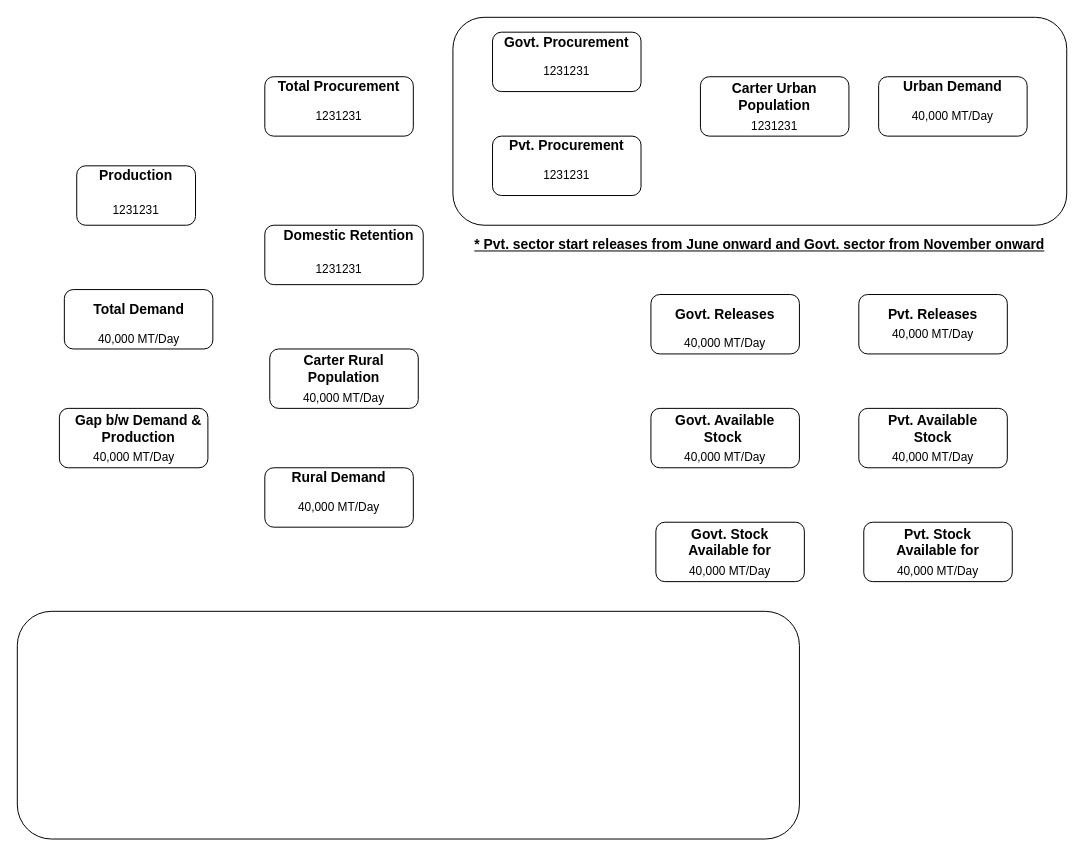
MNFSR/drawio keeps this draw.io diagram as Untitled Diagram.drawio. Above is the earlier version. Source tidied: cells renumbered, new cells numbered last; positions are measured from the earlier drawing's top-left corner, leaving out a move shared by most shapes. Both pictures are drawn from the tidied source at 99%, with x=0, y=0 at pixel (17, 17).
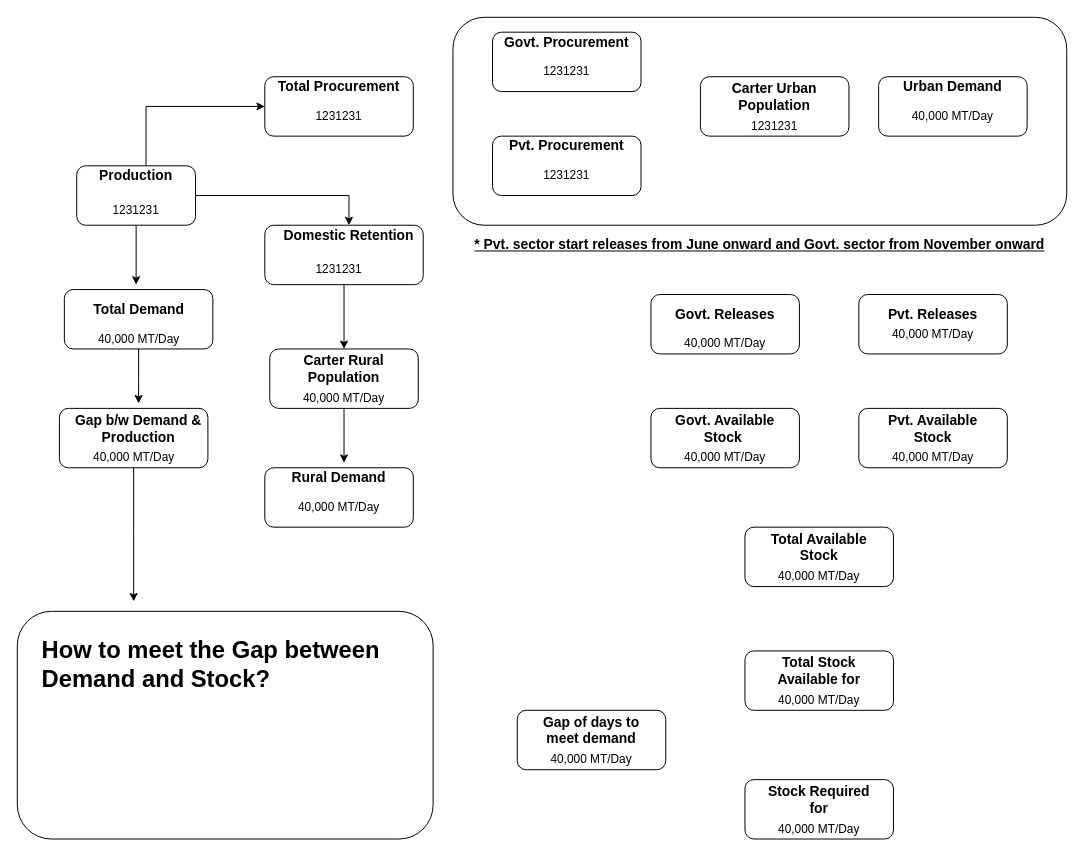
The same page after the edit.

The change refers to these unchanged cells:
```xml
<mxCell id="3" style="rounded=1;whiteSpace=wrap;html=1;" parent="1" vertex="1">
  <mxGeometry x="60" y="150" width="120" height="60" as="geometry" />
</mxCell>
<mxCell id="4" value="&lt;font style=&quot;font-size: 14px&quot;&gt;&lt;b&gt;Production&lt;/b&gt;&lt;/font&gt;" style="text;html=1;strokeColor=none;fillColor=none;align=center;verticalAlign=middle;whiteSpace=wrap;rounded=0;" parent="1" vertex="1">
  <mxGeometry x="60" y="150" width="120" height="20" as="geometry" />
</mxCell>
<mxCell id="6" style="rounded=1;whiteSpace=wrap;html=1;" parent="1" vertex="1">
  <mxGeometry x="250" y="60" width="150" height="60" as="geometry" />
</mxCell>
<mxCell id="9" style="rounded=1;whiteSpace=wrap;html=1;" parent="1" vertex="1">
  <mxGeometry x="250" y="210" width="160" height="60" as="geometry" />
</mxCell>
<mxCell id="10" value="&lt;font style=&quot;font-size: 14px&quot;&gt;&lt;b&gt;Domestic Retention&lt;/b&gt;&lt;/font&gt;" style="text;html=1;strokeColor=none;fillColor=none;align=center;verticalAlign=middle;whiteSpace=wrap;rounded=0;" parent="1" vertex="1">
  <mxGeometry x="265" y="210" width="140" height="20" as="geometry" />
</mxCell>
<mxCell id="27" style="rounded=1;whiteSpace=wrap;html=1;" parent="1" vertex="1">
  <mxGeometry x="255" y="335" width="150" height="60" as="geometry" />
</mxCell>
<mxCell id="49" style="rounded=1;whiteSpace=wrap;html=1;" parent="1" vertex="1">
  <mxGeometry x="42.5" y="395" width="150" height="60" as="geometry" />
</mxCell>
<mxCell id="52" style="rounded=1;whiteSpace=wrap;html=1;" parent="1" vertex="1">
  <mxGeometry x="47.5" y="275" width="150" height="60" as="geometry" />
</mxCell>
```

Change to the diagram source:
```diff
@@
+    <mxCell id="56" style="edgeStyle=orthogonalEdgeStyle;rounded=0;jettySize=auto;html=1;" parent="1" edge="1" source="3">
+      <mxGeometry relative="1" as="geometry">
+        <mxPoint x="120" y="270" as="targetPoint" />
+      </mxGeometry>
+    </mxCell>
+    <mxCell id="57" style="edgeStyle=orthogonalEdgeStyle;rounded=0;jettySize=auto;html=1;entryX=0.5;entryY=0;entryDx=0;entryDy=0;" parent="1" edge="1" source="3" target="10">
+      <mxGeometry relative="1" as="geometry" />
+    </mxCell>
@@
+    <mxCell id="58" style="edgeStyle=orthogonalEdgeStyle;rounded=0;jettySize=auto;html=1;entryX=0;entryY=0.5;entryDx=0;entryDy=0;" parent="1" edge="1" source="4" target="6">
+      <mxGeometry relative="1" as="geometry">
+        <Array as="points">
+          <mxPoint x="130" y="90" />
+        </Array>
+      </mxGeometry>
+    </mxCell>
@@
+    <mxCell id="59" style="edgeStyle=orthogonalEdgeStyle;rounded=0;jettySize=auto;html=1;entryX=0.5;entryY=0;entryDx=0;entryDy=0;" parent="1" edge="1" source="9" target="27">
+      <mxGeometry relative="1" as="geometry" />
+    </mxCell>
@@
+    <mxCell id="60" style="edgeStyle=orthogonalEdgeStyle;rounded=0;jettySize=auto;html=1;" parent="1" edge="1" source="27">
+      <mxGeometry relative="1" as="geometry">
+        <mxPoint x="330" y="450" as="targetPoint" />
+      </mxGeometry>
+    </mxCell>
@@
     <mxCell id="42" style="rounded=1;whiteSpace=wrap;html=1;" parent="1" vertex="1">
-      <mxGeometry x="855" y="510" width="150" height="60" as="geometry" />
+      <mxGeometry x="735" y="640" width="150" height="60" as="geometry" />
     </mxCell>
-    <mxCell id="43" value="&lt;span style=&quot;font-size: 14px&quot;&gt;&lt;b&gt;Pvt. Stock Available for&lt;/b&gt;&lt;/span&gt;" style="text;html=1;strokeColor=none;fillColor=none;align=center;verticalAlign=middle;whiteSpace=wrap;rounded=0;" parent="1" vertex="1">
-      <mxGeometry x="870" y="525" width="120" height="10" as="geometry" />
+    <mxCell id="43" value="&lt;span style=&quot;font-size: 14px&quot;&gt;&lt;b&gt;Total Stock Available for&lt;/b&gt;&lt;/span&gt;" style="text;html=1;strokeColor=none;fillColor=none;align=center;verticalAlign=middle;whiteSpace=wrap;rounded=0;" parent="1" vertex="1">
+      <mxGeometry x="750" y="655" width="120" height="10" as="geometry" />
     </mxCell>
     <mxCell id="44" value="40,000 MT/Day" style="text;html=1;strokeColor=none;fillColor=none;align=center;verticalAlign=middle;whiteSpace=wrap;rounded=0;" parent="1" vertex="1">
-      <mxGeometry x="875" y="550" width="110" height="20" as="geometry" />
+      <mxGeometry x="755" y="680" width="110" height="20" as="geometry" />
     </mxCell>
-    <mxCell id="45" style="rounded=1;whiteSpace=wrap;html=1;" parent="1" vertex="1">
-      <mxGeometry x="645" y="510" width="150" height="60" as="geometry" />
-    </mxCell>
-    <mxCell id="46" value="&lt;span style=&quot;font-size: 14px&quot;&gt;&lt;b&gt;Govt. Stock Available for&lt;/b&gt;&lt;/span&gt;" style="text;html=1;strokeColor=none;fillColor=none;align=center;verticalAlign=middle;whiteSpace=wrap;rounded=0;" parent="1" vertex="1">
-      <mxGeometry x="660" y="525" width="120" height="10" as="geometry" />
-    </mxCell>
-    <mxCell id="47" value="40,000 MT/Day" style="text;html=1;strokeColor=none;fillColor=none;align=center;verticalAlign=middle;whiteSpace=wrap;rounded=0;" parent="1" vertex="1">
-      <mxGeometry x="665" y="550" width="110" height="20" as="geometry" />
-    </mxCell>
@@
+    <mxCell id="61" style="edgeStyle=orthogonalEdgeStyle;rounded=0;jettySize=auto;html=1;" parent="1" edge="1" source="49">
+      <mxGeometry relative="1" as="geometry">
+        <mxPoint x="117.5" y="590" as="targetPoint" />
+      </mxGeometry>
+    </mxCell>
@@
+    <mxCell id="62" style="edgeStyle=orthogonalEdgeStyle;rounded=0;jettySize=auto;html=1;" parent="1" edge="1" source="52">
+      <mxGeometry relative="1" as="geometry">
+        <mxPoint x="122.5" y="390" as="targetPoint" />
+      </mxGeometry>
+    </mxCell>
@@
     <mxCell id="55" style="rounded=1;whiteSpace=wrap;html=1;" parent="1" vertex="1">
-      <mxGeometry y="600" width="790" height="230" as="geometry" />
+      <mxGeometry y="600" width="420" height="230" as="geometry" />
     </mxCell>
+    <mxCell id="63" value="&lt;h1&gt;How to meet the Gap between Demand and Stock?&lt;/h1&gt;" style="text;html=1;strokeColor=none;fillColor=none;spacing=5;spacingTop=-20;whiteSpace=wrap;overflow=hidden;rounded=0;" parent="1" vertex="1">
+      <mxGeometry x="20" y="620" width="390" height="120" as="geometry" />
+    </mxCell>
+    <mxCell id="64" style="rounded=1;whiteSpace=wrap;html=1;" parent="1" vertex="1">
+      <mxGeometry x="735" y="515" width="150" height="60" as="geometry" />
+    </mxCell>
+    <mxCell id="65" value="&lt;span style=&quot;font-size: 14px&quot;&gt;&lt;b&gt;Total Available Stock&lt;/b&gt;&lt;/span&gt;" style="text;html=1;strokeColor=none;fillColor=none;align=center;verticalAlign=middle;whiteSpace=wrap;rounded=0;" parent="1" vertex="1">
+      <mxGeometry x="750" y="530" width="120" height="10" as="geometry" />
+    </mxCell>
+    <mxCell id="66" value="40,000 MT/Day" style="text;html=1;strokeColor=none;fillColor=none;align=center;verticalAlign=middle;whiteSpace=wrap;rounded=0;" parent="1" vertex="1">
+      <mxGeometry x="755" y="555" width="110" height="20" as="geometry" />
+    </mxCell>
+    <mxCell id="67" style="rounded=1;whiteSpace=wrap;html=1;" parent="1" vertex="1">
+      <mxGeometry x="735" y="770" width="150" height="60" as="geometry" />
+    </mxCell>
+    <mxCell id="68" value="&lt;span style=&quot;font-size: 14px&quot;&gt;&lt;b&gt;Stock Required for&lt;/b&gt;&lt;/span&gt;" style="text;html=1;strokeColor=none;fillColor=none;align=center;verticalAlign=middle;whiteSpace=wrap;rounded=0;" parent="1" vertex="1">
+      <mxGeometry x="750" y="785" width="120" height="10" as="geometry" />
+    </mxCell>
+    <mxCell id="69" value="40,000 MT/Day" style="text;html=1;strokeColor=none;fillColor=none;align=center;verticalAlign=middle;whiteSpace=wrap;rounded=0;" parent="1" vertex="1">
+      <mxGeometry x="755" y="810" width="110" height="20" as="geometry" />
+    </mxCell>
+    <mxCell id="70" style="rounded=1;whiteSpace=wrap;html=1;" parent="1" vertex="1">
+      <mxGeometry x="505" y="700" width="150" height="60" as="geometry" />
+    </mxCell>
+    <mxCell id="71" value="&lt;span style=&quot;font-size: 14px&quot;&gt;&lt;b&gt;Gap of days to meet demand&lt;/b&gt;&lt;/span&gt;" style="text;html=1;strokeColor=none;fillColor=none;align=center;verticalAlign=middle;whiteSpace=wrap;rounded=0;" parent="1" vertex="1">
+      <mxGeometry x="520" y="715" width="120" height="10" as="geometry" />
+    </mxCell>
+    <mxCell id="72" value="40,000 MT/Day" style="text;html=1;strokeColor=none;fillColor=none;align=center;verticalAlign=middle;whiteSpace=wrap;rounded=0;" parent="1" vertex="1">
+      <mxGeometry x="525" y="740" width="110" height="20" as="geometry" />
+    </mxCell>
```
